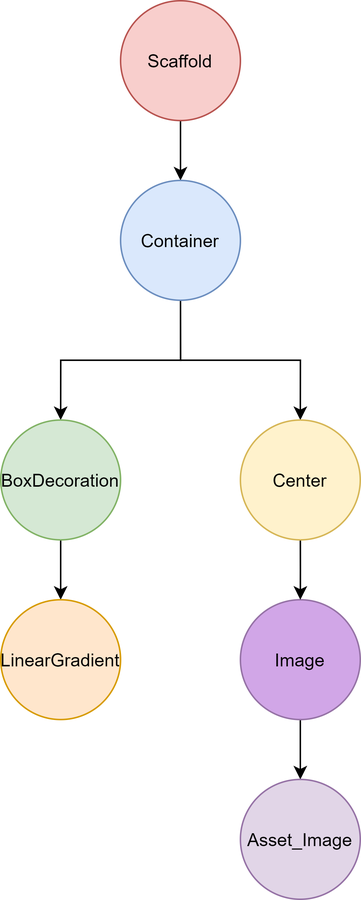
UnBArqDsw/2020.1_G13_iGado keeps this draw.io diagram as docs/Assets/Img/Studies/DojoFlutter/SplashScreenTree.png. Above is the earlier version. Source tidied: cells renumbered, new cells last; positions are measured from the earlier drawing's top-left corner, leaving out a move shared by most shapes.
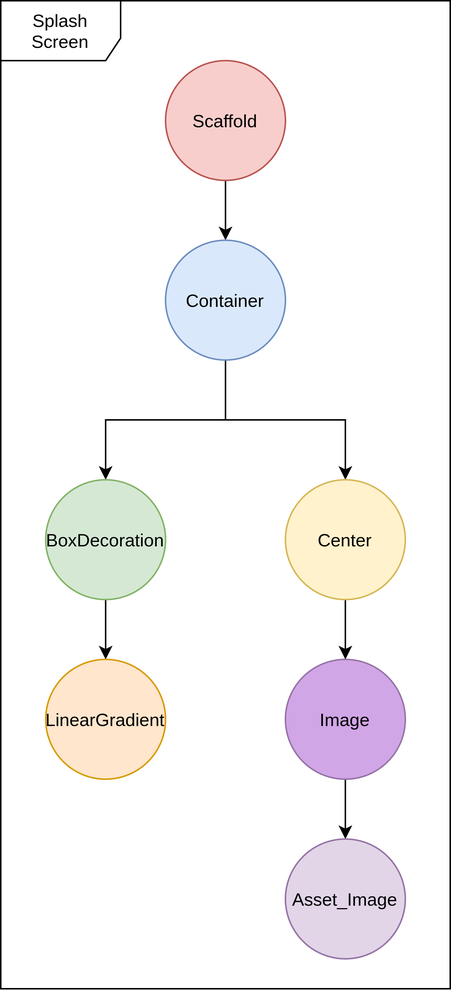
After the commit.

The edit, as a diff of the source:
```diff
@@ -56,5 +56,8 @@
     <mxCell id="14" value="Center" style="ellipse;whiteSpace=wrap;html=1;fillColor=#fff2cc;strokeColor=#d6b656;" parent="1" vertex="1">
       <mxGeometry x="160" y="280" width="80" height="80" as="geometry" />
     </mxCell>
+    <mxCell id="15" value="Splash Screen" style="shape=umlFrame;whiteSpace=wrap;html=1;strokeColor=#000000;fillColor=#FFFFFF;width=80;height=40;" parent="1" vertex="1">
+      <mxGeometry x="-30" y="-40" width="300" height="660" as="geometry" />
+    </mxCell>
   </root>
 </mxGraphModel>
```
